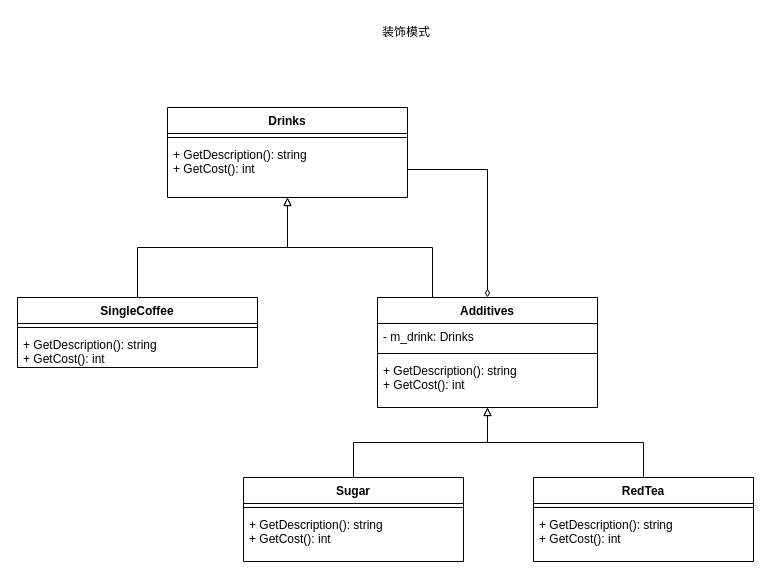
Before: page "第 2 页" (2 of 4) of DesignPatterns.drawio in wjjs/learn_design_patterns, a draw.io diagram. Source tidied: cells renumbered, new cells numbered last; positions are measured from the earlier drawing's top-left corner, leaving out a move shared by most shapes. Both pictures are drawn from the tidied source at 100%, with x=0, y=0 at pixel (17, 17).
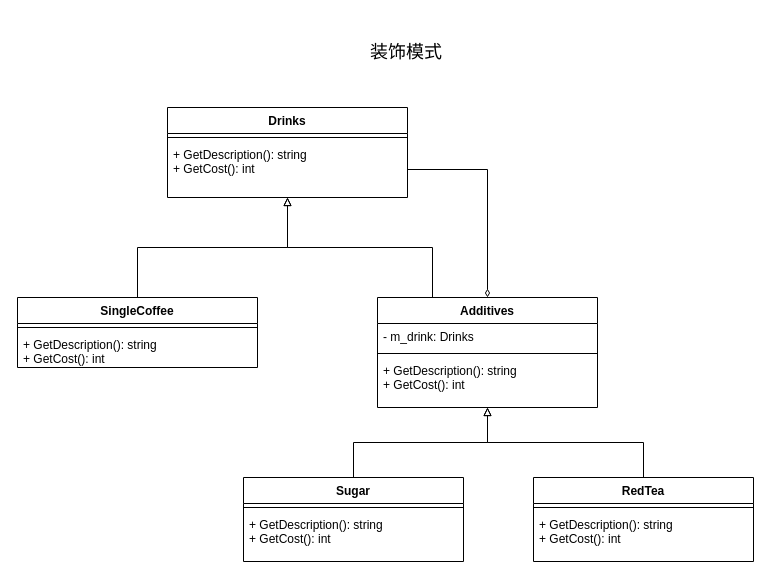
The same page after the edit.

Diff of the diagram source:
```diff
@@
-    <mxCell id="23" value="装饰模式" style="text;html=1;whiteSpace=wrap;strokeColor=none;fillColor=none;align=center;verticalAlign=middle;rounded=0;" parent="1" vertex="1">
-      <mxGeometry x="316" width="146" height="30" as="geometry" />
+    <mxCell id="23" value="&lt;font style=&quot;font-size: 18px;&quot;&gt;装饰模式&lt;/font&gt;" style="text;html=1;whiteSpace=wrap;strokeColor=none;fillColor=none;align=center;verticalAlign=middle;rounded=0;" parent="1" vertex="1">
+      <mxGeometry x="316" y="20" width="146" height="30" as="geometry" />
     </mxCell>
```
